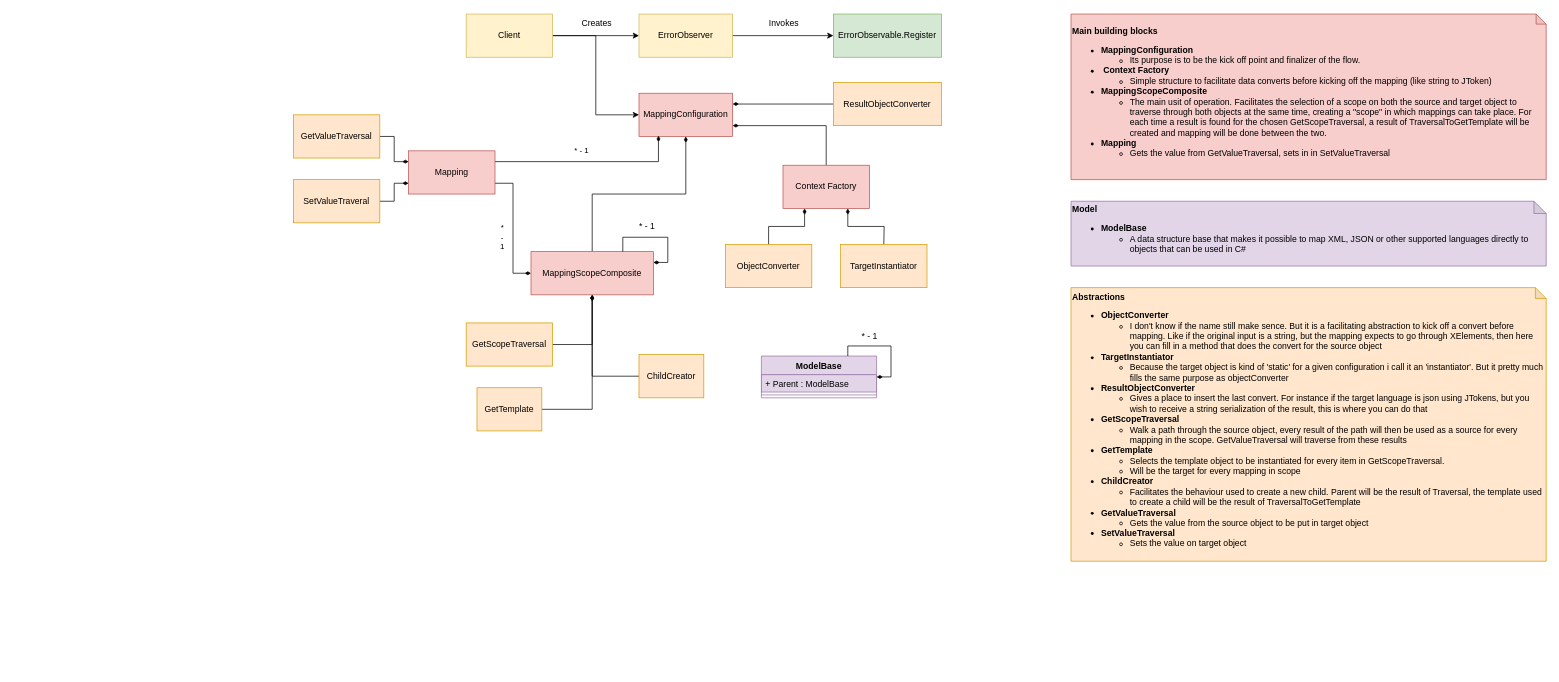
This is Mapping.drawio from DaveyvanTilburg/AdaptableMapper, a draw.io file, before an edit. Source tidied: cells renumbered, new cells numbered last; positions are measured from the earlier drawing's top-left corner, leaving out a move shared by most shapes. Both pictures are drawn from the tidied source at 72%, with x=0, y=0 at pixel (293, 14).
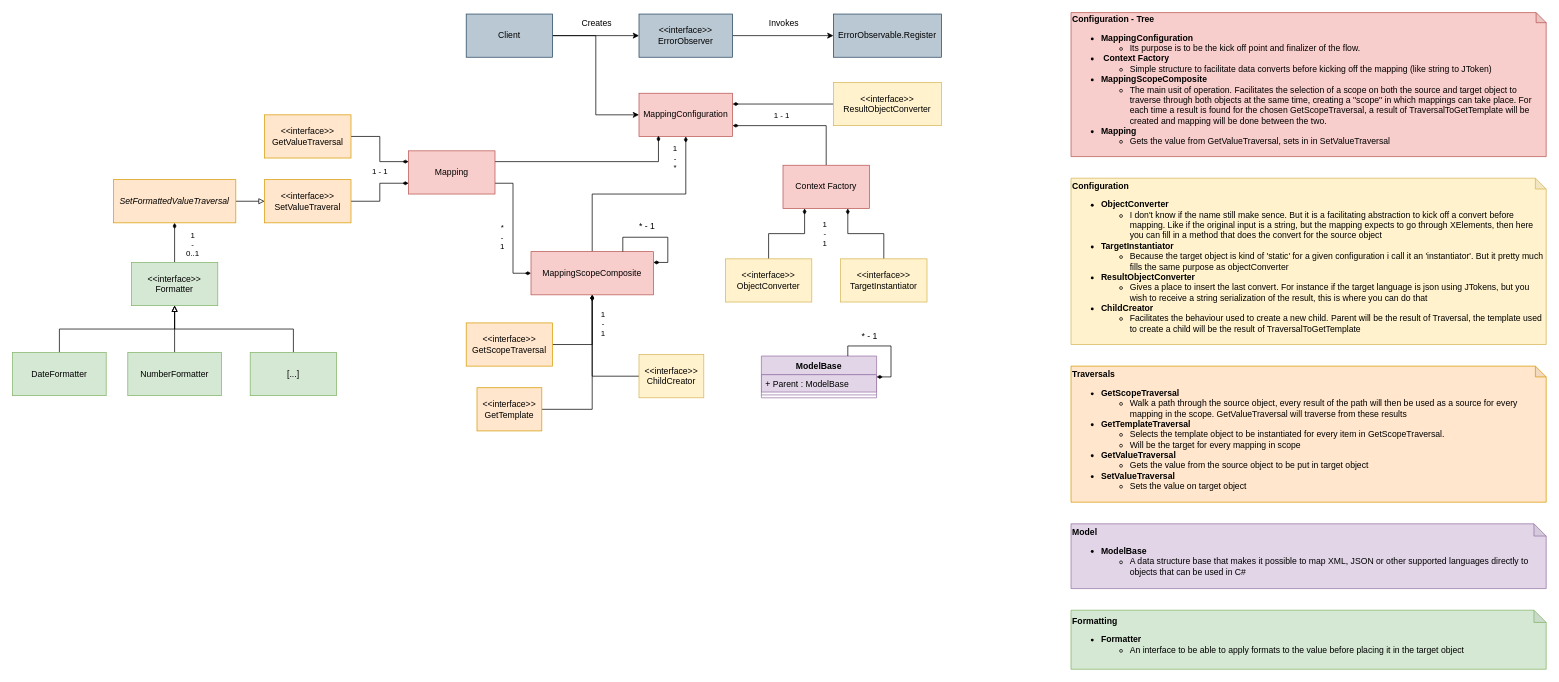
The same diagram, later.

Unchanged cells that the change refers to:
```xml
<mxCell id="5" value="MappingConfiguration" style="rounded=0;whiteSpace=wrap;html=1;fillColor=#f8cecc;strokeColor=#b85450;" parent="1" vertex="1">
  <mxGeometry x="480" y="110" width="130" height="60" as="geometry" />
</mxCell>
<mxCell id="16" value="Context Factory" style="rounded=0;whiteSpace=wrap;html=1;fillColor=#f8cecc;strokeColor=#b85450;" parent="1" vertex="1">
  <mxGeometry x="680" y="210" width="120" height="60" as="geometry" />
</mxCell>
<mxCell id="21" value="MappingScopeComposite" style="rounded=0;whiteSpace=wrap;html=1;fillColor=#f8cecc;strokeColor=#b85450;" parent="1" vertex="1">
  <mxGeometry x="330" y="330" width="170" height="60" as="geometry" />
</mxCell>
<mxCell id="41" value="Mapping" style="rounded=0;whiteSpace=wrap;html=1;fillColor=#f8cecc;strokeColor=#b85450;" parent="1" vertex="1">
  <mxGeometry x="160" y="190" width="120" height="60" as="geometry" />
</mxCell>
```

Diff of the diagram source:
```diff
@@
-    <mxCell id="2" style="edgeStyle=orthogonalEdgeStyle;rounded=0;jettySize=auto;html=1;exitX=0.5;exitY=1;exitDx=0;exitDy=0;endArrow=none;endFill=0;startArrow=diamondThin;startFill=1;entryX=0.5;entryY=0;entryDx=0;entryDy=0;" parent="1" edge="1" source="5" target="21">
-      <mxGeometry relative="1" as="geometry" />
+    <mxCell id="2" value="1&lt;br&gt;-&lt;br&gt;*" style="edgeStyle=orthogonalEdgeStyle;rounded=0;jettySize=auto;html=1;exitX=0.5;exitY=1;exitDx=0;exitDy=0;endArrow=none;endFill=0;startArrow=diamondThin;startFill=1;entryX=0.5;entryY=0;entryDx=0;entryDy=0;" parent="1" edge="1" source="5" target="21">
+      <mxGeometry x="-0.79" y="-15" relative="1" as="geometry" />
     </mxCell>
-    <mxCell id="3" style="edgeStyle=orthogonalEdgeStyle;rounded=0;jettySize=auto;html=1;exitX=1;exitY=0.75;exitDx=0;exitDy=0;entryX=0.5;entryY=0;entryDx=0;entryDy=0;startArrow=diamondThin;startFill=1;endArrow=none;endFill=0;" parent="1" edge="1" source="5" target="16">
-      <mxGeometry relative="1" as="geometry" />
+    <mxCell id="3" value="1 - 1" style="edgeStyle=orthogonalEdgeStyle;rounded=0;jettySize=auto;html=1;exitX=1;exitY=0.75;exitDx=0;exitDy=0;entryX=0.5;entryY=0;entryDx=0;entryDy=0;startArrow=diamondThin;startFill=1;endArrow=none;endFill=0;" parent="1" edge="1" source="5" target="16">
+      <mxGeometry x="-0.25" y="14" relative="1" as="geometry">
+        <mxPoint x="-1" as="offset" />
+      </mxGeometry>
     </mxCell>
@@
-    <mxCell id="9" value="Client" style="rounded=0;whiteSpace=wrap;html=1;fillColor=#fff2cc;strokeColor=#d6b656;" parent="1" vertex="1">
+    <mxCell id="9" value="Client" style="rounded=0;whiteSpace=wrap;html=1;fillColor=#bac8d3;strokeColor=#23445d;" parent="1" vertex="1">
       <mxGeometry x="240" width="120" height="60" as="geometry" />
     </mxCell>
@@
-    <mxCell id="12" value="ErrorObserver" style="rounded=0;whiteSpace=wrap;html=1;fillColor=#fff2cc;strokeColor=#d6b656;" parent="1" vertex="1">
+    <mxCell id="12" value="&amp;lt;&amp;lt;interface&amp;gt;&amp;gt;&lt;br&gt;ErrorObserver" style="rounded=0;whiteSpace=wrap;html=1;fillColor=#bac8d3;strokeColor=#23445d;" parent="1" vertex="1">
       <mxGeometry x="480" width="130" height="60" as="geometry" />
     </mxCell>
-    <mxCell id="13" value="ErrorObservable.Register" style="rounded=0;whiteSpace=wrap;html=1;fillColor=#d5e8d4;strokeColor=#82b366;" parent="1" vertex="1">
+    <mxCell id="13" value="ErrorObservable.Register" style="rounded=0;whiteSpace=wrap;html=1;fillColor=#bac8d3;strokeColor=#23445d;" parent="1" vertex="1">
       <mxGeometry x="750" width="150" height="60" as="geometry" />
     </mxCell>
-    <mxCell id="14" style="edgeStyle=orthogonalEdgeStyle;rounded=0;jettySize=auto;html=1;exitX=0.25;exitY=1;exitDx=0;exitDy=0;entryX=0.5;entryY=0;entryDx=0;entryDy=0;startArrow=diamondThin;startFill=1;endArrow=none;endFill=0;" parent="1" edge="1" source="16" target="22">
-      <mxGeometry relative="1" as="geometry" />
+    <mxCell id="14" value="1&lt;br&gt;-&lt;br&gt;1" style="edgeStyle=orthogonalEdgeStyle;rounded=0;jettySize=auto;html=1;exitX=0.25;exitY=1;exitDx=0;exitDy=0;entryX=0.5;entryY=0;entryDx=0;entryDy=0;startArrow=diamondThin;startFill=1;endArrow=none;endFill=0;" parent="1" edge="1" source="16" target="22">
+      <mxGeometry x="-0.4" y="29" relative="1" as="geometry">
+        <mxPoint x="29" y="-29" as="offset" />
+      </mxGeometry>
     </mxCell>
-    <mxCell id="15" style="edgeStyle=orthogonalEdgeStyle;rounded=0;jettySize=auto;html=1;exitX=0.75;exitY=1;exitDx=0;exitDy=0;entryX=0.5;entryY=0;entryDx=0;entryDy=0;startArrow=diamondThin;startFill=1;endArrow=none;endFill=0;" parent="1" edge="1" source="16">
-      <mxGeometry relative="1" as="geometry">
-        <mxPoint x="820" y="320" as="targetPoint" />
-      </mxGeometry>
+    <mxCell id="15" style="edgeStyle=orthogonalEdgeStyle;rounded=0;jettySize=auto;html=1;exitX=0.75;exitY=1;exitDx=0;exitDy=0;entryX=0.5;entryY=0;entryDx=0;entryDy=0;startArrow=diamondThin;startFill=1;endArrow=none;endFill=0;" parent="1" edge="1" source="16" target="23">
+      <mxGeometry relative="1" as="geometry" />
     </mxCell>
@@
-    <mxCell id="20" style="edgeStyle=orthogonalEdgeStyle;rounded=0;jettySize=auto;html=1;exitX=0.5;exitY=1;exitDx=0;exitDy=0;entryX=1;entryY=0.5;entryDx=0;entryDy=0;startArrow=diamondThin;startFill=1;endArrow=none;endFill=0;" parent="1" edge="1" source="21" target="26">
-      <mxGeometry relative="1" as="geometry">
+    <mxCell id="20" value="1&lt;br&gt;-&lt;br&gt;1" style="edgeStyle=orthogonalEdgeStyle;rounded=0;jettySize=auto;html=1;exitX=0.5;exitY=1;exitDx=0;exitDy=0;entryX=1;entryY=0.5;entryDx=0;entryDy=0;startArrow=diamondThin;startFill=1;endArrow=none;endFill=0;" parent="1" edge="1" source="21" target="26">
+      <mxGeometry x="-0.35" y="15" relative="1" as="geometry">
         <Array as="points">
           <mxPoint x="415" y="459" />
         </Array>
       </mxGeometry>
     </mxCell>
@@
-    <mxCell id="22" value="ObjectConverter" style="rounded=0;whiteSpace=wrap;html=1;fillColor=#ffe6cc;strokeColor=#d79b00;" parent="1" vertex="1">
-      <mxGeometry x="600" y="320" width="120" height="60" as="geometry" />
+    <mxCell id="22" value="&amp;lt;&amp;lt;interface&amp;gt;&amp;gt;&lt;br&gt;ObjectConverter" style="rounded=0;whiteSpace=wrap;html=1;fillColor=#fff2cc;strokeColor=#d6b656;" parent="1" vertex="1">
+      <mxGeometry x="600" y="340" width="120" height="60" as="geometry" />
     </mxCell>
-    <mxCell id="23" value="TargetInstantiator" style="rounded=0;whiteSpace=wrap;html=1;fillColor=#ffe6cc;strokeColor=#d79b00;" parent="1" vertex="1">
-      <mxGeometry x="760" y="320" width="120" height="60" as="geometry" />
+    <mxCell id="23" value="&amp;lt;&amp;lt;interface&amp;gt;&amp;gt;&lt;br&gt;TargetInstantiator" style="rounded=0;whiteSpace=wrap;html=1;fillColor=#fff2cc;strokeColor=#d6b656;" parent="1" vertex="1">
+      <mxGeometry x="760" y="340" width="120" height="60" as="geometry" />
     </mxCell>
@@
-    <mxCell id="26" value="GetScopeTraversal" style="rounded=0;whiteSpace=wrap;html=1;fillColor=#ffe6cc;strokeColor=#d79b00;" parent="1" vertex="1">
+    <mxCell id="26" value="&amp;lt;&amp;lt;interface&amp;gt;&amp;gt;&lt;br&gt;GetScopeTraversal" style="rounded=0;whiteSpace=wrap;html=1;fillColor=#ffe6cc;strokeColor=#d79b00;" parent="1" vertex="1">
       <mxGeometry x="240" y="429" width="120" height="60" as="geometry" />
     </mxCell>
-    <mxCell id="27" value="GetTemplate" style="rounded=0;whiteSpace=wrap;html=1;fillColor=#ffe6cc;strokeColor=#d79b00;" parent="1" vertex="1">
+    <mxCell id="27" value="&amp;lt;&amp;lt;interface&amp;gt;&amp;gt;&lt;br&gt;GetTemplate" style="rounded=0;whiteSpace=wrap;html=1;fillColor=#ffe6cc;strokeColor=#d79b00;" parent="1" vertex="1">
       <mxGeometry x="255" y="519" width="90" height="60" as="geometry" />
     </mxCell>
-    <mxCell id="28" value="ChildCreator" style="rounded=0;whiteSpace=wrap;html=1;fillColor=#ffe6cc;strokeColor=#d79b00;" parent="1" vertex="1">
+    <mxCell id="28" value="&amp;lt;&amp;lt;interface&amp;gt;&amp;gt;&lt;br&gt;ChildCreator" style="rounded=0;whiteSpace=wrap;html=1;fillColor=#fff2cc;strokeColor=#d6b656;" parent="1" vertex="1">
       <mxGeometry x="480" y="473" width="90" height="60" as="geometry" />
     </mxCell>
@@
-    <mxCell id="34" value="ResultObjectConverter" style="rounded=0;whiteSpace=wrap;html=1;fillColor=#ffe6cc;strokeColor=#d79b00;" parent="1" vertex="1">
+    <mxCell id="34" value="&amp;lt;&amp;lt;interface&amp;gt;&amp;gt;&lt;br&gt;ResultObjectConverter" style="rounded=0;whiteSpace=wrap;html=1;fillColor=#fff2cc;strokeColor=#d6b656;" parent="1" vertex="1">
       <mxGeometry x="750" y="95" width="150" height="60" as="geometry" />
     </mxCell>
-    <mxCell id="35" value="&lt;b&gt;Abstractions&lt;br&gt;&lt;/b&gt;&lt;ul&gt;&lt;li&gt;&lt;b&gt;ObjectConverter&lt;/b&gt;&lt;/li&gt;&lt;ul&gt;&lt;li&gt;I don't know if the name still make sence. But it is a facilitating abstraction to kick off a convert before mapping. Like if the original input is a string, but the mapping expects to go through XElements, then here you can fill in a method that does the convert for the source object&lt;/li&gt;&lt;/ul&gt;&lt;li&gt;&lt;b&gt;TargetInstantiator&lt;/b&gt;&lt;/li&gt;&lt;ul&gt;&lt;li&gt;Because the target object is kind of 'static' for a given configuration i call it an 'instantiator'. But it pretty much fills the same purpose as objectConverter&lt;/li&gt;&lt;/ul&gt;&lt;li&gt;&lt;b&gt;ResultObjectConverter&lt;/b&gt;&lt;/li&gt;&lt;ul&gt;&lt;li&gt;Gives a place to insert the last convert. For instance if the target language is json using JTokens, but you wish to receive a string serialization of the result, this is where you can do that&lt;/li&gt;&lt;/ul&gt;&lt;li&gt;&lt;b&gt;GetScopeTraversal&lt;/b&gt;&lt;/li&gt;&lt;ul&gt;&lt;li&gt;Walk a path through the source object, every result of the path will then be used as a source for every mapping in the scope. GetValueTraversal will traverse from these results&lt;/li&gt;&lt;/ul&gt;&lt;li&gt;&lt;b&gt;GetTemplate&lt;/b&gt;&lt;/li&gt;&lt;ul&gt;&lt;li&gt;Selects the template object to be instantiated for every item in GetScopeTraversal.&amp;nbsp;&lt;/li&gt;&lt;li&gt;Will be the target for every mapping in scope&lt;/li&gt;&lt;/ul&gt;&lt;li&gt;&lt;b&gt;ChildCreator&lt;/b&gt;&lt;/li&gt;&lt;ul&gt;&lt;li&gt;Facilitates the behaviour used to create a new child. Parent will be the result of Traversal, the template used to create a child will be the result of TraversalToGetTemplate&lt;/li&gt;&lt;/ul&gt;&lt;li&gt;&lt;b&gt;GetValueTraversal&lt;/b&gt;&lt;/li&gt;&lt;ul&gt;&lt;li&gt;Gets the value from the source object to be put in target object&lt;/li&gt;&lt;/ul&gt;&lt;li&gt;&lt;b&gt;SetValueTraversal&lt;/b&gt;&lt;/li&gt;&lt;ul&gt;&lt;li&gt;Sets the value on target object&lt;/li&gt;&lt;/ul&gt;&lt;/ul&gt;" style="shape=note;whiteSpace=wrap;html=1;backgroundOutline=1;darkOpacity=0.05;size=15;fillColor=#ffe6cc;strokeColor=#d79b00;align=left;" parent="1" vertex="1">
-      <mxGeometry x="1080" y="380" width="660" height="380" as="geometry" />
+    <mxCell id="35" value="&lt;b&gt;Traversals&lt;br&gt;&lt;/b&gt;&lt;ul&gt;&lt;li&gt;&lt;b&gt;GetScopeTraversal&lt;/b&gt;&lt;/li&gt;&lt;ul&gt;&lt;li&gt;Walk a path through the source object, every result of the path will then be used as a source for every mapping in the scope. GetValueTraversal will traverse from these results&lt;/li&gt;&lt;/ul&gt;&lt;li&gt;&lt;b&gt;GetTemplateTraversal&lt;/b&gt;&lt;/li&gt;&lt;ul&gt;&lt;li&gt;Selects the template object to be instantiated for every item in GetScopeTraversal.&amp;nbsp;&lt;/li&gt;&lt;li&gt;Will be the target for every mapping in scope&lt;/li&gt;&lt;/ul&gt;&lt;li&gt;&lt;b&gt;GetValueTraversal&lt;/b&gt;&lt;/li&gt;&lt;ul&gt;&lt;li&gt;Gets the value from the source object to be put in target object&lt;/li&gt;&lt;/ul&gt;&lt;li&gt;&lt;b&gt;SetValueTraversal&lt;/b&gt;&lt;/li&gt;&lt;ul&gt;&lt;li&gt;Sets the value on target object&lt;/li&gt;&lt;/ul&gt;&lt;/ul&gt;" style="shape=note;whiteSpace=wrap;html=1;backgroundOutline=1;darkOpacity=0.05;size=15;fillColor=#ffe6cc;strokeColor=#d79b00;align=left;" parent="1" vertex="1">
+      <mxGeometry x="1080" y="489" width="660" height="189" as="geometry" />
     </mxCell>
-    <mxCell id="36" value="&lt;b&gt;Main building blocks&lt;/b&gt;&lt;br&gt;&lt;ul&gt;&lt;li&gt;&lt;b&gt;MappingConfiguration&lt;/b&gt;&lt;br&gt;&lt;/li&gt;&lt;ul&gt;&lt;li&gt;Its purpose is to be the kick off point and finalizer of the flow.&lt;/li&gt;&lt;/ul&gt;&lt;li&gt;&amp;nbsp;&lt;b&gt;Context Factory&lt;/b&gt;&lt;br&gt;&lt;ul&gt;&lt;li&gt;Simple structure to facilitate data converts before kicking off the mapping (like string to JToken)&lt;/li&gt;&lt;/ul&gt;&lt;/li&gt;&lt;li&gt;&lt;b&gt;MappingScopeComposite&lt;/b&gt;&lt;/li&gt;&lt;ul&gt;&lt;li&gt;The main usit of operation. Facilitates the selection of a scope on both the source and target object to traverse through both objects at the same time, creating a &quot;scope&quot; in which mappings can take place. For each time a result is found for the chosen GetScopeTraversal, a result of TraversalToGetTemplate will be created and mapping will be done between the two.&lt;/li&gt;&lt;/ul&gt;&lt;li&gt;&lt;b&gt;Mapping&lt;/b&gt;&lt;/li&gt;&lt;ul&gt;&lt;li&gt;Gets the value from GetValueTraversal, sets in in SetValueTraversal&lt;/li&gt;&lt;/ul&gt;&lt;/ul&gt;&lt;b&gt;&lt;/b&gt;" style="shape=note;whiteSpace=wrap;html=1;backgroundOutline=1;darkOpacity=0.05;fillColor=#f8cecc;strokeColor=#b85450;size=14;align=left;" parent="1" vertex="1">
-      <mxGeometry x="1080" width="660" height="230" as="geometry" />
+    <mxCell id="36" value="&lt;b&gt;Configuration - Tree&lt;/b&gt;&lt;br&gt;&lt;ul&gt;&lt;li&gt;&lt;b&gt;MappingConfiguration&lt;/b&gt;&lt;br&gt;&lt;/li&gt;&lt;ul&gt;&lt;li&gt;Its purpose is to be the kick off point and finalizer of the flow.&lt;/li&gt;&lt;/ul&gt;&lt;li&gt;&amp;nbsp;&lt;b&gt;Context Factory&lt;/b&gt;&lt;br&gt;&lt;ul&gt;&lt;li&gt;Simple structure to facilitate data converts before kicking off the mapping (like string to JToken)&lt;/li&gt;&lt;/ul&gt;&lt;/li&gt;&lt;li&gt;&lt;b&gt;MappingScopeComposite&lt;/b&gt;&lt;/li&gt;&lt;ul&gt;&lt;li&gt;The main usit of operation. Facilitates the selection of a scope on both the source and target object to traverse through both objects at the same time, creating a &quot;scope&quot; in which mappings can take place. For each time a result is found for the chosen GetScopeTraversal, a result of TraversalToGetTemplate will be created and mapping will be done between the two.&lt;/li&gt;&lt;/ul&gt;&lt;li&gt;&lt;b&gt;Mapping&lt;/b&gt;&lt;/li&gt;&lt;ul&gt;&lt;li&gt;Gets the value from GetValueTraversal, sets in in SetValueTraversal&lt;/li&gt;&lt;/ul&gt;&lt;/ul&gt;&lt;b&gt;&lt;/b&gt;" style="shape=note;whiteSpace=wrap;html=1;backgroundOutline=1;darkOpacity=0.05;fillColor=#f8cecc;strokeColor=#b85450;size=14;align=left;" parent="1" vertex="1">
+      <mxGeometry x="1080" y="-2" width="660" height="200" as="geometry" />
     </mxCell>
     <mxCell id="37" value="&lt;div&gt;&lt;b&gt;Model&lt;/b&gt;&lt;/div&gt;&lt;ul&gt;&lt;li&gt;&lt;span&gt;&lt;b&gt;ModelBase&lt;/b&gt;&lt;/span&gt;&lt;/li&gt;&lt;ul&gt;&lt;li&gt;&lt;span&gt;A data structure base that makes it possible to map XML, JSON or other supported languages directly to objects that can be used in C#&lt;/span&gt;&lt;/li&gt;&lt;/ul&gt;&lt;/ul&gt;" style="shape=note;whiteSpace=wrap;html=1;backgroundOutline=1;darkOpacity=0.05;size=17;fillColor=#e1d5e7;strokeColor=#9673a6;align=left;" parent="1" vertex="1">
-      <mxGeometry x="1080" y="260" width="660" height="90" as="geometry" />
+      <mxGeometry x="1080" y="708" width="660" height="90" as="geometry" />
     </mxCell>
-    <mxCell id="38" style="edgeStyle=orthogonalEdgeStyle;rounded=0;jettySize=auto;html=1;exitX=0;exitY=0.25;exitDx=0;exitDy=0;startArrow=diamondThin;startFill=1;endArrow=none;endFill=0;entryX=1;entryY=0.5;entryDx=0;entryDy=0;" parent="1" edge="1" source="41" target="42">
-      <mxGeometry relative="1" as="geometry" />
+    <mxCell id="38" value="1 - 1" style="edgeStyle=orthogonalEdgeStyle;rounded=0;jettySize=auto;html=1;exitX=0;exitY=0.25;exitDx=0;exitDy=0;startArrow=diamondThin;startFill=1;endArrow=none;endFill=0;entryX=1;entryY=0.5;entryDx=0;entryDy=0;" parent="1" edge="1" source="41" target="42">
+      <mxGeometry x="-0.31" y="14" relative="1" as="geometry">
+        <mxPoint x="14" y="14" as="offset" />
+      </mxGeometry>
     </mxCell>
@@
-    <mxCell id="40" value="* - 1" style="edgeStyle=orthogonalEdgeStyle;rounded=0;jettySize=auto;html=1;exitX=1;exitY=0.25;exitDx=0;exitDy=0;entryX=0.208;entryY=0.983;entryDx=0;entryDy=0;entryPerimeter=0;endArrow=diamondThin;endFill=1;" parent="1" edge="1" source="41" target="5">
+    <mxCell id="40" style="edgeStyle=orthogonalEdgeStyle;rounded=0;jettySize=auto;html=1;exitX=1;exitY=0.25;exitDx=0;exitDy=0;entryX=0.208;entryY=0.983;entryDx=0;entryDy=0;entryPerimeter=0;endArrow=diamondThin;endFill=1;" parent="1" edge="1" source="41" target="5">
       <mxGeometry x="0.84" y="107" relative="1" as="geometry" />
     </mxCell>
@@
-    <mxCell id="42" value="GetValueTraversal" style="rounded=0;whiteSpace=wrap;html=1;fillColor=#ffe6cc;strokeColor=#d79b00;" parent="1" vertex="1">
-      <mxGeometry y="140" width="120" height="60" as="geometry" />
+    <mxCell id="42" value="&amp;lt;&amp;lt;interface&amp;gt;&amp;gt;&lt;br&gt;GetValueTraversal" style="rounded=0;whiteSpace=wrap;html=1;fillColor=#ffe6cc;strokeColor=#d79b00;" parent="1" vertex="1">
+      <mxGeometry x="-40" y="140" width="120" height="60" as="geometry" />
     </mxCell>
-    <mxCell id="43" value="SetValueTraveral" style="rounded=0;whiteSpace=wrap;html=1;fillColor=#ffe6cc;strokeColor=#d79b00;" parent="1" vertex="1">
-      <mxGeometry y="230" width="120" height="60" as="geometry" />
+    <mxCell id="43" value="&amp;lt;&amp;lt;interface&amp;gt;&amp;gt;&lt;br&gt;SetValueTraveral" style="rounded=0;whiteSpace=wrap;html=1;fillColor=#ffe6cc;strokeColor=#d79b00;" parent="1" vertex="1">
+      <mxGeometry x="-40" y="230" width="120" height="60" as="geometry" />
     </mxCell>
+    <mxCell id="44" style="edgeStyle=orthogonalEdgeStyle;rounded=0;jettySize=auto;html=1;exitX=1;exitY=0.5;exitDx=0;exitDy=0;entryX=0;entryY=0.5;entryDx=0;entryDy=0;endArrow=block;endFill=0;" parent="1" edge="1" source="46" target="43">
+      <mxGeometry relative="1" as="geometry" />
+    </mxCell>
+    <mxCell id="45" value="1&lt;br&gt;-&lt;br&gt;0..1" style="edgeStyle=orthogonalEdgeStyle;rounded=0;jettySize=auto;html=1;exitX=0.5;exitY=1;exitDx=0;exitDy=0;entryX=0.5;entryY=0;entryDx=0;entryDy=0;endArrow=none;endFill=0;startArrow=diamondThin;startFill=1;" parent="1" edge="1" source="46" target="54">
+      <mxGeometry x="0.08" y="25" relative="1" as="geometry" />
+    </mxCell>
+    <mxCell id="46" value="&lt;i&gt;SetFormattedValueTraversal&lt;/i&gt;" style="rounded=0;whiteSpace=wrap;html=1;fillColor=#ffe6cc;strokeColor=#d79b00;" parent="1" vertex="1">
+      <mxGeometry x="-250" y="230" width="170" height="60" as="geometry" />
+    </mxCell>
+    <mxCell id="47" style="edgeStyle=orthogonalEdgeStyle;rounded=0;jettySize=auto;html=1;exitX=0.5;exitY=0;exitDx=0;exitDy=0;entryX=0.5;entryY=1;entryDx=0;entryDy=0;startArrow=none;startFill=0;endArrow=block;endFill=0;" parent="1" edge="1" source="48" target="54">
+      <mxGeometry relative="1" as="geometry" />
+    </mxCell>
+    <mxCell id="48" value="DateFormatter" style="rounded=0;whiteSpace=wrap;html=1;fillColor=#d5e8d4;strokeColor=#82b366;" parent="1" vertex="1">
+      <mxGeometry x="-390" y="470" width="130" height="60" as="geometry" />
+    </mxCell>
+    <mxCell id="49" style="edgeStyle=orthogonalEdgeStyle;rounded=0;jettySize=auto;html=1;exitX=0.5;exitY=0;exitDx=0;exitDy=0;startArrow=none;startFill=0;endArrow=block;endFill=0;entryX=0.5;entryY=1;entryDx=0;entryDy=0;" parent="1" edge="1" source="50" target="54">
+      <mxGeometry relative="1" as="geometry" />
+    </mxCell>
+    <mxCell id="50" value="NumberFormatter" style="rounded=0;whiteSpace=wrap;html=1;fillColor=#d5e8d4;strokeColor=#82b366;" parent="1" vertex="1">
+      <mxGeometry x="-230" y="470" width="130" height="60" as="geometry" />
+    </mxCell>
+    <mxCell id="51" style="edgeStyle=orthogonalEdgeStyle;rounded=0;jettySize=auto;html=1;exitX=0.5;exitY=0;exitDx=0;exitDy=0;startArrow=none;startFill=0;endArrow=block;endFill=0;entryX=0.5;entryY=1;entryDx=0;entryDy=0;" parent="1" edge="1" source="52" target="54">
+      <mxGeometry relative="1" as="geometry" />
+    </mxCell>
+    <mxCell id="52" value="[...]" style="rounded=0;whiteSpace=wrap;html=1;fillColor=#d5e8d4;strokeColor=#82b366;" parent="1" vertex="1">
+      <mxGeometry x="-60" y="470" width="120" height="60" as="geometry" />
+    </mxCell>
+    <mxCell id="53" value="&lt;b&gt;Configuration&lt;br&gt;&lt;/b&gt;&lt;ul&gt;&lt;li&gt;&lt;b&gt;ObjectConverter&lt;/b&gt;&lt;/li&gt;&lt;ul&gt;&lt;li&gt;I don't know if the name still make sence. But it is a facilitating abstraction to kick off a convert before mapping. Like if the original input is a string, but the mapping expects to go through XElements, then here you can fill in a method that does the convert for the source object&lt;/li&gt;&lt;/ul&gt;&lt;li&gt;&lt;b&gt;TargetInstantiator&lt;/b&gt;&lt;/li&gt;&lt;ul&gt;&lt;li&gt;Because the target object is kind of 'static' for a given configuration i call it an 'instantiator'. But it pretty much fills the same purpose as objectConverter&lt;/li&gt;&lt;/ul&gt;&lt;li&gt;&lt;b&gt;ResultObjectConverter&lt;/b&gt;&lt;/li&gt;&lt;ul&gt;&lt;li&gt;Gives a place to insert the last convert. For instance if the target language is json using JTokens, but you wish to receive a string serialization of the result, this is where you can do that&lt;/li&gt;&lt;/ul&gt;&lt;li&gt;&lt;b&gt;ChildCreator&lt;/b&gt;&lt;br&gt;&lt;/li&gt;&lt;ul&gt;&lt;li&gt;&lt;span&gt;Facilitates the behaviour used to create a new child. Parent will be the result of Traversal, the template used to create a child will be the result of TraversalToGetTemplate&lt;/span&gt;&lt;br&gt;&lt;/li&gt;&lt;/ul&gt;&lt;/ul&gt;" style="shape=note;whiteSpace=wrap;html=1;backgroundOutline=1;darkOpacity=0.05;size=15;fillColor=#fff2cc;strokeColor=#d6b656;align=left;" parent="1" vertex="1">
+      <mxGeometry x="1080" y="228" width="660" height="231" as="geometry" />
+    </mxCell>
+    <mxCell id="54" value="&amp;lt;&amp;lt;interface&amp;gt;&amp;gt;&lt;br&gt;Formatter" style="rounded=0;whiteSpace=wrap;html=1;fillColor=#d5e8d4;strokeColor=#82b366;" parent="1" vertex="1">
+      <mxGeometry x="-225" y="345" width="120" height="60" as="geometry" />
+    </mxCell>
+    <mxCell id="55" value="&lt;div&gt;&lt;b&gt;Formatting&lt;/b&gt;&lt;/div&gt;&lt;ul&gt;&lt;li&gt;&lt;span&gt;&lt;b&gt;Formatter&lt;/b&gt;&lt;/span&gt;&lt;/li&gt;&lt;ul&gt;&lt;li&gt;&lt;span&gt;An interface to be able to apply formats to the value before placing it in the target object&lt;/span&gt;&lt;/li&gt;&lt;/ul&gt;&lt;/ul&gt;" style="shape=note;whiteSpace=wrap;html=1;backgroundOutline=1;darkOpacity=0.05;size=17;fillColor=#d5e8d4;strokeColor=#82b366;align=left;" parent="1" vertex="1">
+      <mxGeometry x="1080" y="828" width="660" height="82" as="geometry" />
+    </mxCell>
```
